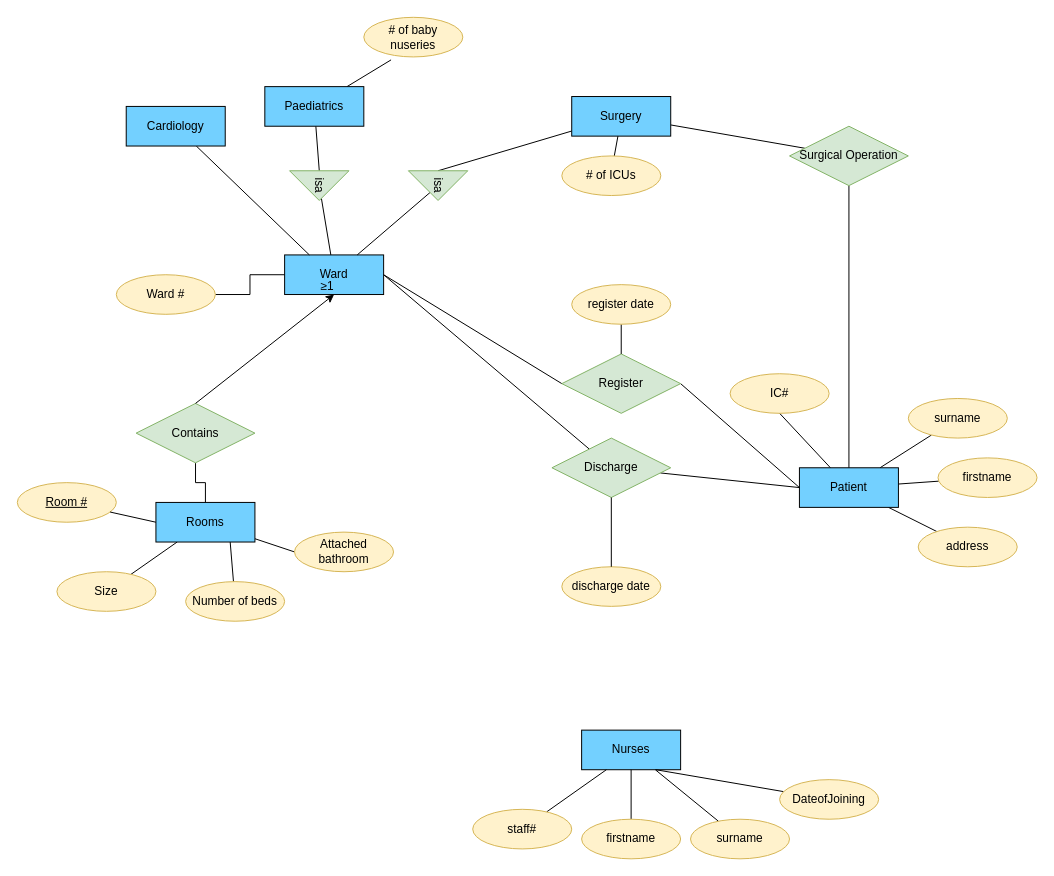
Above: SC2007 Tutorial1.drawio in jneoh001/SC2207 (draw.io), before the change. Source tidied: cells renumbered, new cells numbered last; positions are measured from the earlier drawing's top-left corner, leaving out a move shared by most shapes. Both pictures are drawn from the tidied source at 99%, with x=0, y=0 at pixel (17, 17).
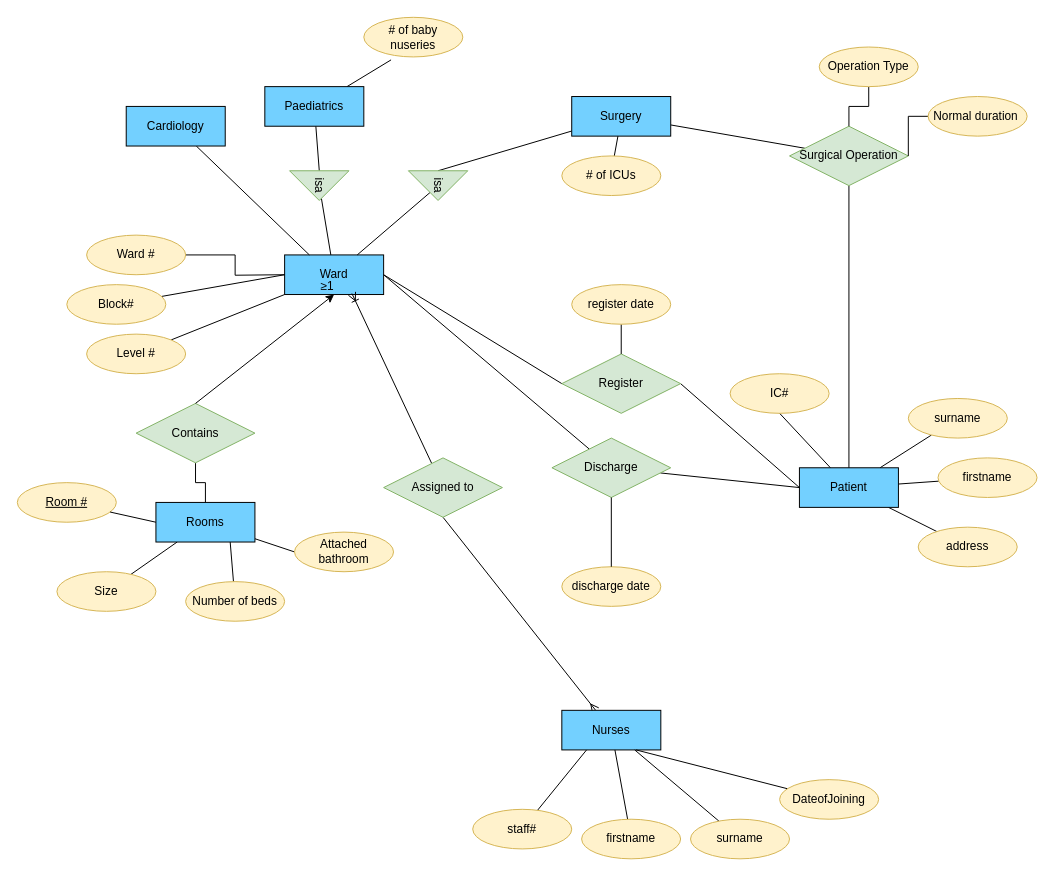
Above is the later version.

The change refers to these unchanged cells:
```xml
<mxCell id="3" value="Ward" style="whiteSpace=wrap;html=1;align=center;fillColor=#73D0FF;" parent="1" vertex="1">
  <mxGeometry x="270" y="240" width="100" height="40" as="geometry" />
</mxCell>
<mxCell id="53" value="Surgical Operation" style="shape=rhombus;perimeter=rhombusPerimeter;whiteSpace=wrap;html=1;align=center;fillColor=#d5e8d4;strokeColor=#82b366;" parent="1" vertex="1">
  <mxGeometry x="780" y="110" width="120" height="60" as="geometry" />
</mxCell>
```

Change to the diagram source:
```diff
@@
-    <mxCell id="4" style="edgeStyle=orthogonalEdgeStyle;rounded=0;jettySize=auto;html=1;startArrow=none;startFill=0;endArrow=none;endFill=0;" parent="1" edge="1" source="5" target="3">
-      <mxGeometry relative="1" as="geometry" />
+    <mxCell id="4" style="edgeStyle=orthogonalEdgeStyle;rounded=0;jettySize=auto;html=1;startArrow=none;startFill=0;endArrow=none;endFill=0;" parent="1" edge="1" source="5">
+      <mxGeometry relative="1" as="geometry">
+        <mxPoint x="270" y="260" as="targetPoint" />
+      </mxGeometry>
     </mxCell>
     <mxCell id="5" value="Ward #" style="ellipse;whiteSpace=wrap;html=1;align=center;fillColor=#fff2cc;strokeColor=#d6b656;" parent="1" vertex="1">
-      <mxGeometry x="100" y="260" width="100" height="40" as="geometry" />
+      <mxGeometry x="70" y="220" width="100" height="40" as="geometry" />
     </mxCell>
@@
+    <mxCell id="63" style="edgeStyle=none;rounded=0;jettySize=auto;html=1;entryX=0.5;entryY=1;entryDx=0;entryDy=0;endArrow=none;endFill=0;startArrow=ERmany;startFill=0;" parent="1" edge="1" source="54" target="69">
+      <mxGeometry relative="1" as="geometry" />
+    </mxCell>
     <mxCell id="54" value="Nurses" style="whiteSpace=wrap;html=1;align=center;fillColor=#73D0FF;" parent="1" vertex="1">
-      <mxGeometry x="570" y="720" width="100" height="40" as="geometry" />
+      <mxGeometry x="550" y="700" width="100" height="40" as="geometry" />
     </mxCell>
@@
+    <mxCell id="64" style="edgeStyle=orthogonalEdgeStyle;rounded=0;jettySize=auto;html=1;endArrow=none;endFill=0;" parent="1" edge="1" source="65" target="53">
+      <mxGeometry relative="1" as="geometry" />
+    </mxCell>
+    <mxCell id="65" value="Operation Type" style="ellipse;whiteSpace=wrap;html=1;align=center;fillColor=#fff2cc;strokeColor=#d6b656;" parent="1" vertex="1">
+      <mxGeometry x="810" y="30" width="100" height="40" as="geometry" />
+    </mxCell>
+    <mxCell id="66" style="edgeStyle=orthogonalEdgeStyle;rounded=0;jettySize=auto;html=1;entryX=1;entryY=0.5;entryDx=0;entryDy=0;endArrow=none;endFill=0;" parent="1" edge="1" source="67" target="53">
+      <mxGeometry relative="1" as="geometry" />
+    </mxCell>
+    <mxCell id="67" value="Normal duration&amp;nbsp;" style="ellipse;whiteSpace=wrap;html=1;align=center;fillColor=#fff2cc;strokeColor=#d6b656;" parent="1" vertex="1">
+      <mxGeometry x="920" y="80" width="100" height="40" as="geometry" />
+    </mxCell>
+    <mxCell id="68" style="edgeStyle=none;rounded=0;jettySize=auto;html=1;entryX=0.68;entryY=0.975;entryDx=0;entryDy=0;entryPerimeter=0;endArrow=ERoneToMany;endFill=0;" parent="1" edge="1" source="69" target="3">
+      <mxGeometry relative="1" as="geometry" />
+    </mxCell>
+    <mxCell id="69" value="Assigned to" style="shape=rhombus;perimeter=rhombusPerimeter;whiteSpace=wrap;html=1;align=center;fillColor=#d5e8d4;strokeColor=#82b366;" parent="1" vertex="1">
+      <mxGeometry x="370" y="445" width="120" height="60" as="geometry" />
+    </mxCell>
+    <mxCell id="70" style="edgeStyle=none;rounded=0;jettySize=auto;html=1;entryX=0;entryY=0.5;entryDx=0;entryDy=0;startArrow=none;startFill=0;endArrow=none;endFill=0;" parent="1" edge="1" source="71" target="3">
+      <mxGeometry relative="1" as="geometry" />
+    </mxCell>
+    <mxCell id="71" value="Block#" style="ellipse;whiteSpace=wrap;html=1;align=center;fillColor=#fff2cc;strokeColor=#d6b656;" parent="1" vertex="1">
+      <mxGeometry x="50" y="270" width="100" height="40" as="geometry" />
+    </mxCell>
+    <mxCell id="72" style="edgeStyle=none;rounded=0;jettySize=auto;html=1;startArrow=none;startFill=0;endArrow=none;endFill=0;" parent="1" edge="1" source="73" target="3">
+      <mxGeometry relative="1" as="geometry" />
+    </mxCell>
+    <mxCell id="73" value="Level #" style="ellipse;whiteSpace=wrap;html=1;align=center;fillColor=#fff2cc;strokeColor=#d6b656;" parent="1" vertex="1">
+      <mxGeometry x="70" y="320" width="100" height="40" as="geometry" />
+    </mxCell>
```
